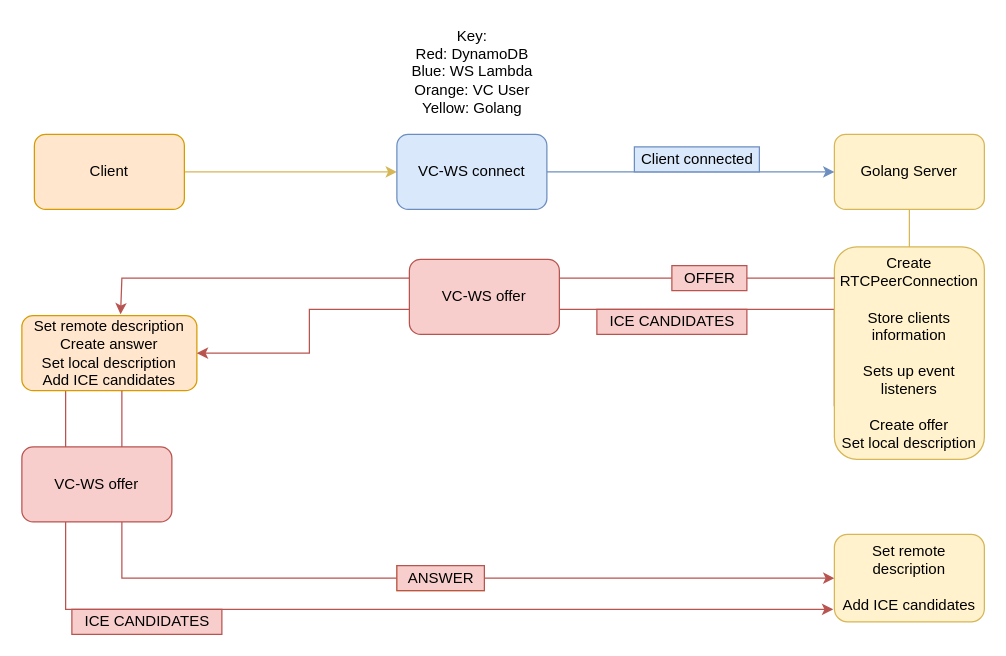
Above: page "Page-4" (4 of 4) of Untitled Diagram.drawio in LJS22/simple-peer (draw.io), before the change. Source tidied: cells renumbered, new cells numbered last; positions are measured from the earlier drawing's top-left corner, leaving out a move shared by most shapes. Both pictures are drawn from the tidied source at 125%, with x=0, y=0 at pixel (21, 21).
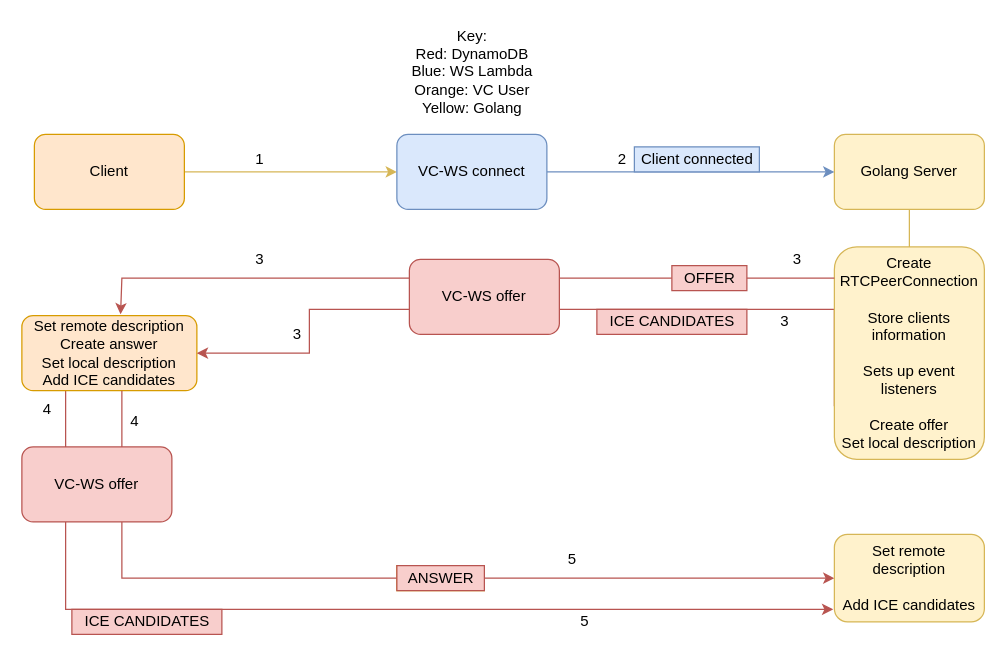
Above is the later version.

What changed in the source:
```diff
@@
+    <mxCell id="26" value="1" style="text;html=1;align=center;verticalAlign=middle;strokeColor=none;fillColor=none;" parent="1" vertex="1">
+      <mxGeometry x="180" y="100" width="20" height="20" as="geometry" />
+    </mxCell>
+    <mxCell id="27" value="2" style="text;html=1;align=center;verticalAlign=middle;strokeColor=none;fillColor=none;" parent="1" vertex="1">
+      <mxGeometry x="470" y="100" width="20" height="20" as="geometry" />
+    </mxCell>
+    <mxCell id="28" value="3" style="text;html=1;align=center;verticalAlign=middle;strokeColor=none;fillColor=none;" parent="1" vertex="1">
+      <mxGeometry x="610" y="180" width="20" height="20" as="geometry" />
+    </mxCell>
+    <mxCell id="29" value="3" style="text;html=1;align=center;verticalAlign=middle;strokeColor=none;fillColor=none;" parent="1" vertex="1">
+      <mxGeometry x="600" y="230" width="20" height="20" as="geometry" />
+    </mxCell>
+    <mxCell id="30" value="3" style="text;html=1;align=center;verticalAlign=middle;strokeColor=none;fillColor=none;" parent="1" vertex="1">
+      <mxGeometry x="180" y="180" width="20" height="20" as="geometry" />
+    </mxCell>
+    <mxCell id="31" value="3" style="text;html=1;align=center;verticalAlign=middle;strokeColor=none;fillColor=none;" parent="1" vertex="1">
+      <mxGeometry x="210" y="240" width="20" height="20" as="geometry" />
+    </mxCell>
+    <mxCell id="32" value="4" style="text;html=1;align=center;verticalAlign=middle;strokeColor=none;fillColor=none;" parent="1" vertex="1">
+      <mxGeometry x="80" y="310" width="20" height="20" as="geometry" />
+    </mxCell>
+    <mxCell id="33" value="4" style="text;html=1;align=center;verticalAlign=middle;strokeColor=none;fillColor=none;" parent="1" vertex="1">
+      <mxGeometry x="10" y="300" width="20" height="20" as="geometry" />
+    </mxCell>
+    <mxCell id="34" value="5" style="text;html=1;align=center;verticalAlign=middle;strokeColor=none;fillColor=none;" parent="1" vertex="1">
+      <mxGeometry x="430" y="420" width="20" height="20" as="geometry" />
+    </mxCell>
+    <mxCell id="35" value="5" style="text;html=1;align=center;verticalAlign=middle;strokeColor=none;fillColor=none;" parent="1" vertex="1">
+      <mxGeometry x="440" y="470" width="20" height="20" as="geometry" />
+    </mxCell>
```
